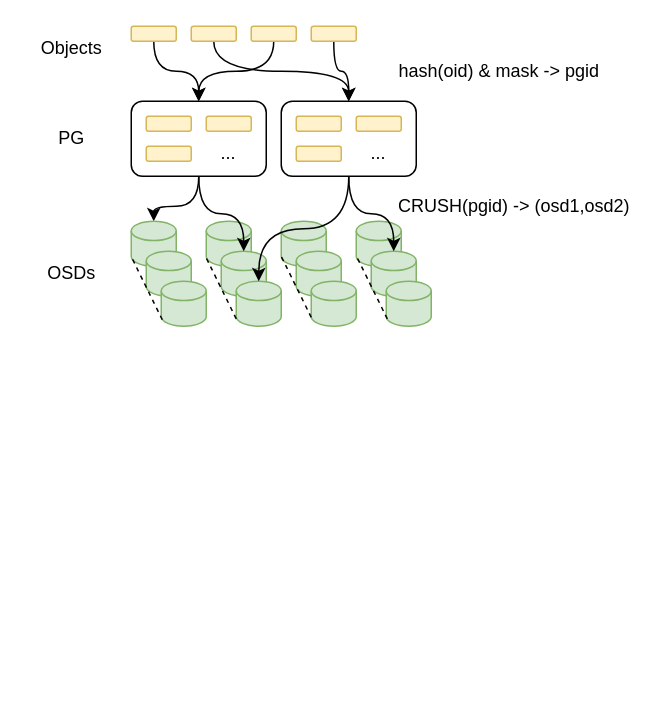
EarthWind/deeparch keeps this draw.io diagram as ceph/ceph_cluster.drawio. Above is the earlier version. Source tidied: cells renumbered, new cells numbered last; positions are measured from the earlier drawing's top-left corner, leaving out a move shared by most shapes. Both pictures are drawn from the tidied source at 150%, with x=0, y=0 at pixel (26, 26).
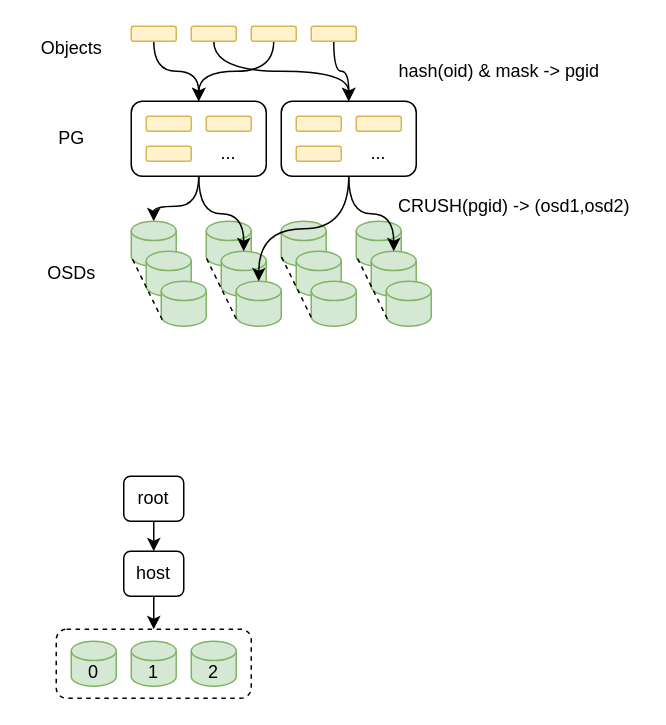
Above is the later version.

Diff of the diagram source:
```diff
@@
+    <mxCell id="45" style="rounded=1;whiteSpace=wrap;html=1;dashed=1;" parent="1" vertex="1">
+      <mxGeometry x="20" y="402" width="130" height="46" as="geometry" />
+    </mxCell>
@@
+    <mxCell id="46" value="0" style="shape=cylinder3;whiteSpace=wrap;html=1;boundedLbl=1;backgroundOutline=1;size=6.4285714285713595;fillColor=#d5e8d4;strokeColor=#82b366;" parent="1" vertex="1">
+      <mxGeometry x="30" y="410" width="30" height="30" as="geometry" />
+    </mxCell>
+    <mxCell id="47" value="1" style="shape=cylinder3;whiteSpace=wrap;html=1;boundedLbl=1;backgroundOutline=1;size=6.4285714285713595;fillColor=#d5e8d4;strokeColor=#82b366;" parent="1" vertex="1">
+      <mxGeometry x="70" y="410" width="30" height="30" as="geometry" />
+    </mxCell>
+    <mxCell id="48" value="2" style="shape=cylinder3;whiteSpace=wrap;html=1;boundedLbl=1;backgroundOutline=1;size=6.4285714285713595;fillColor=#d5e8d4;strokeColor=#82b366;" parent="1" vertex="1">
+      <mxGeometry x="110" y="410" width="30" height="30" as="geometry" />
+    </mxCell>
+    <mxCell id="49" style="edgeStyle=orthogonalEdgeStyle;curved=1;rounded=0;jettySize=auto;html=1;entryX=0.5;entryY=0;entryDx=0;entryDy=0;" parent="1" edge="1" source="50" target="45">
+      <mxGeometry relative="1" as="geometry" />
+    </mxCell>
+    <mxCell id="50" value="host" style="rounded=1;whiteSpace=wrap;html=1;" parent="1" vertex="1">
+      <mxGeometry x="65" y="350" width="40" height="30" as="geometry" />
+    </mxCell>
+    <mxCell id="51" style="edgeStyle=orthogonalEdgeStyle;curved=1;rounded=0;jettySize=auto;html=1;" parent="1" edge="1" source="52" target="50">
+      <mxGeometry relative="1" as="geometry" />
+    </mxCell>
+    <mxCell id="52" value="root" style="rounded=1;whiteSpace=wrap;html=1;" parent="1" vertex="1">
+      <mxGeometry x="65" y="300" width="40" height="30" as="geometry" />
+    </mxCell>
```
